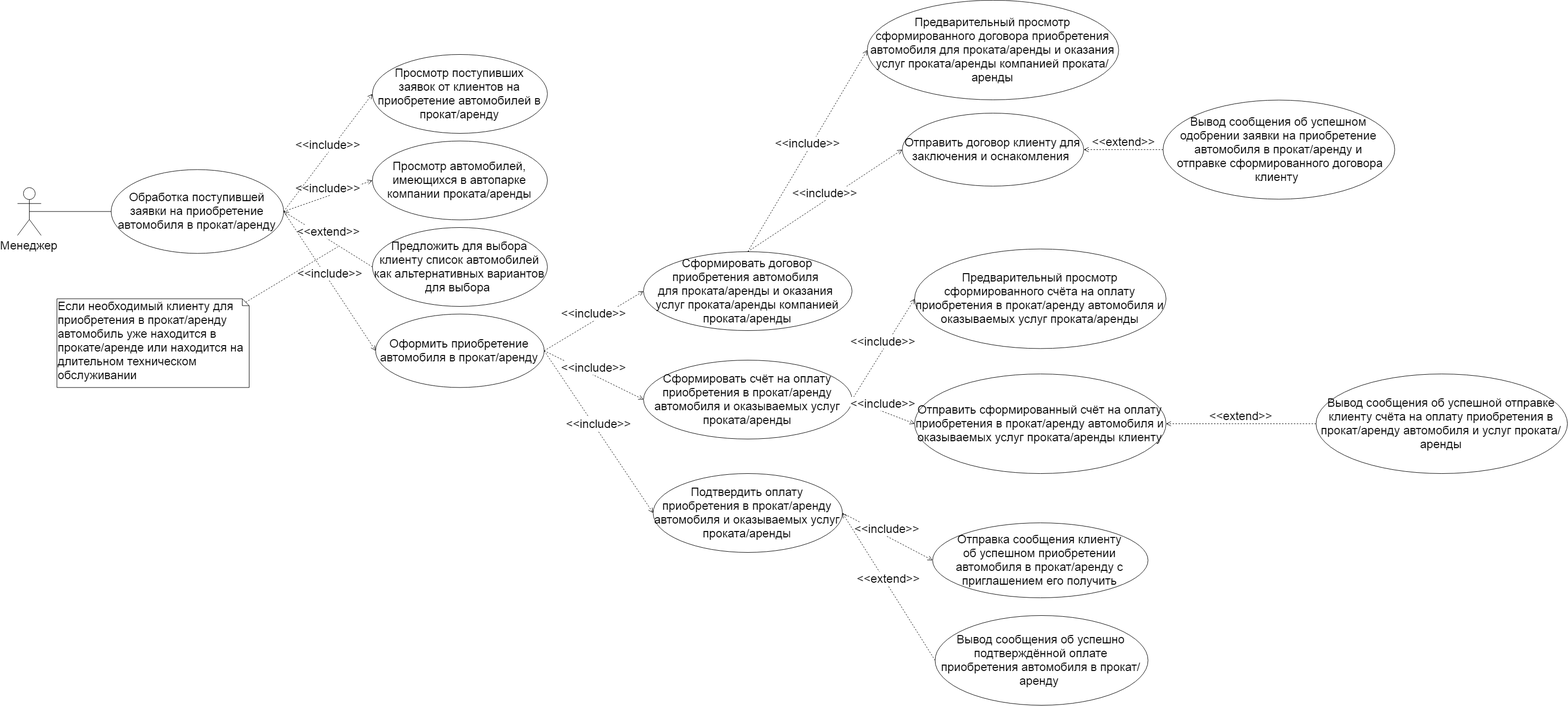
Igor-Manikhin/software-architectures-2020 keeps this draw.io diagram as Use-Case diagrams/Use-Case Diagram (Manager-сar-rent-app-processing).png. Above is the earlier version. Source tidied: cells renumbered, new cells last; positions are measured from the earlier drawing's top-left corner, leaving out a move shared by most shapes.
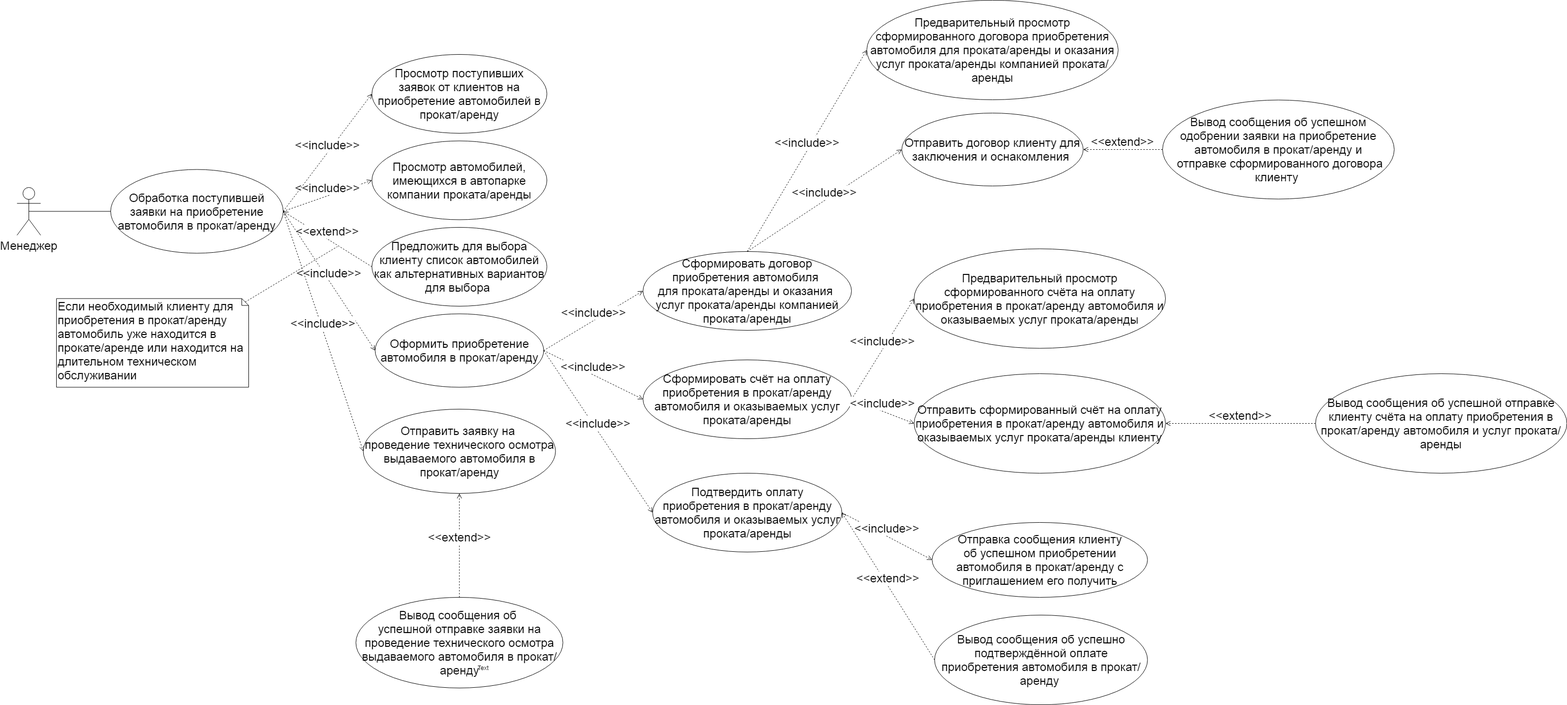
Later version of the same file.

Commit message:
small fixing use-case diagrams

Diff of the diagram source:
```diff
@@ -109,5 +109,20 @@
     <mxCell id="36" value="&lt;font style=&quot;font-size: 24px&quot;&gt;&amp;lt;&amp;lt;extend&amp;gt;&amp;gt;&lt;/font&gt;" style="html=1;verticalAlign=bottom;endArrow=open;dashed=1;endSize=8;exitX=0;exitY=0.5;exitDx=0;exitDy=0;entryX=1;entryY=0.5;entryDx=0;entryDy=0;" parent="1" edge="1" source="35" target="33">
       <mxGeometry relative="1" as="geometry" />
     </mxCell>
+    <mxCell id="37" value="&lt;span style=&quot;font-size: 24px&quot;&gt;Отправить заявку на &lt;br&gt;проведение технического осмотра выдаваемого автомобиля в прокат/аренду&lt;/span&gt;" style="ellipse;whiteSpace=wrap;html=1;" parent="1" vertex="1">
+      <mxGeometry x="702.5" y="830" width="390" height="171" as="geometry" />
+    </mxCell>
+    <mxCell id="38" value="&lt;font style=&quot;font-size: 24px&quot;&gt;&amp;lt;&amp;lt;include&amp;gt;&amp;gt;&lt;/font&gt;" style="html=1;verticalAlign=bottom;endArrow=open;dashed=1;endSize=8;entryX=0;entryY=0.5;entryDx=0;entryDy=0;exitX=1;exitY=0.5;exitDx=0;exitDy=0;" parent="1" edge="1" source="3" target="37">
+      <mxGeometry relative="1" as="geometry" />
+    </mxCell>
+    <mxCell id="39" value="&lt;span style=&quot;font-size: 24px&quot;&gt;Вывод сообщения об &lt;br&gt;успешной отправке заявки на проведение технического осмотра выдаваемого автомобиля в прокат/аренду&lt;/span&gt;" style="ellipse;whiteSpace=wrap;html=1;" parent="1" vertex="1">
+      <mxGeometry x="687.5" y="1212" width="420" height="184" as="geometry" />
+    </mxCell>
+    <mxCell id="40" value="&lt;font style=&quot;font-size: 24px&quot;&gt;&amp;lt;&amp;lt;extend&amp;gt;&amp;gt;&lt;/font&gt;" style="html=1;verticalAlign=bottom;endArrow=open;dashed=1;endSize=8;entryX=0.5;entryY=1;entryDx=0;entryDy=0;exitX=0.5;exitY=0;exitDx=0;exitDy=0;" parent="1" edge="1" source="39" target="37">
+      <mxGeometry relative="1" as="geometry" />
+    </mxCell>
+    <mxCell id="41" value="Text" style="text;html=1;align=left;verticalAlign=top;spacingTop=-4;" parent="1" vertex="1">
+      <mxGeometry x="933" y="1346" width="40" height="20" as="geometry" />
+    </mxCell>
   </root>
 </mxGraphModel>
```
